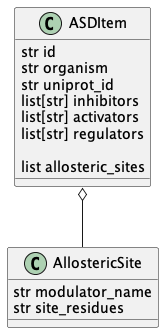
pegerto/ASDParser keeps this PlantUML diagram as doc/datadictionary.png. Above is the earlier version.
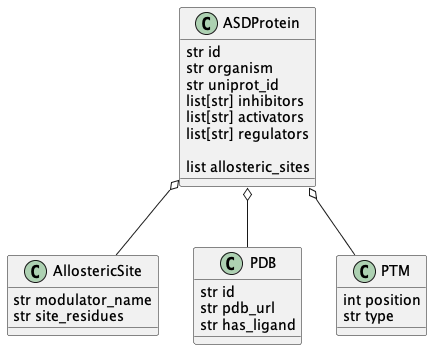
Above is the later version.

Diff of the diagram source:
```diff
@@ -1,6 +1,6 @@
 @startuml
 
-class ASDItem {
+class ASDProtein {
     str id
     str organism
     str uniprot_id
@@ -16,5 +16,19 @@
     str site_residues
 }
 
-ASDItem o-- AllostericSite
+class PDB {
+    str id
+    str pdb_url
+    str has_ligand
+}
+
+class PTM {
+    int position
+    str type
+}
+
+ASDProtein o-- AllostericSite
+ASDProtein o-- PDB
+ASDProtein o-- PTM
+
 @enduml
```
